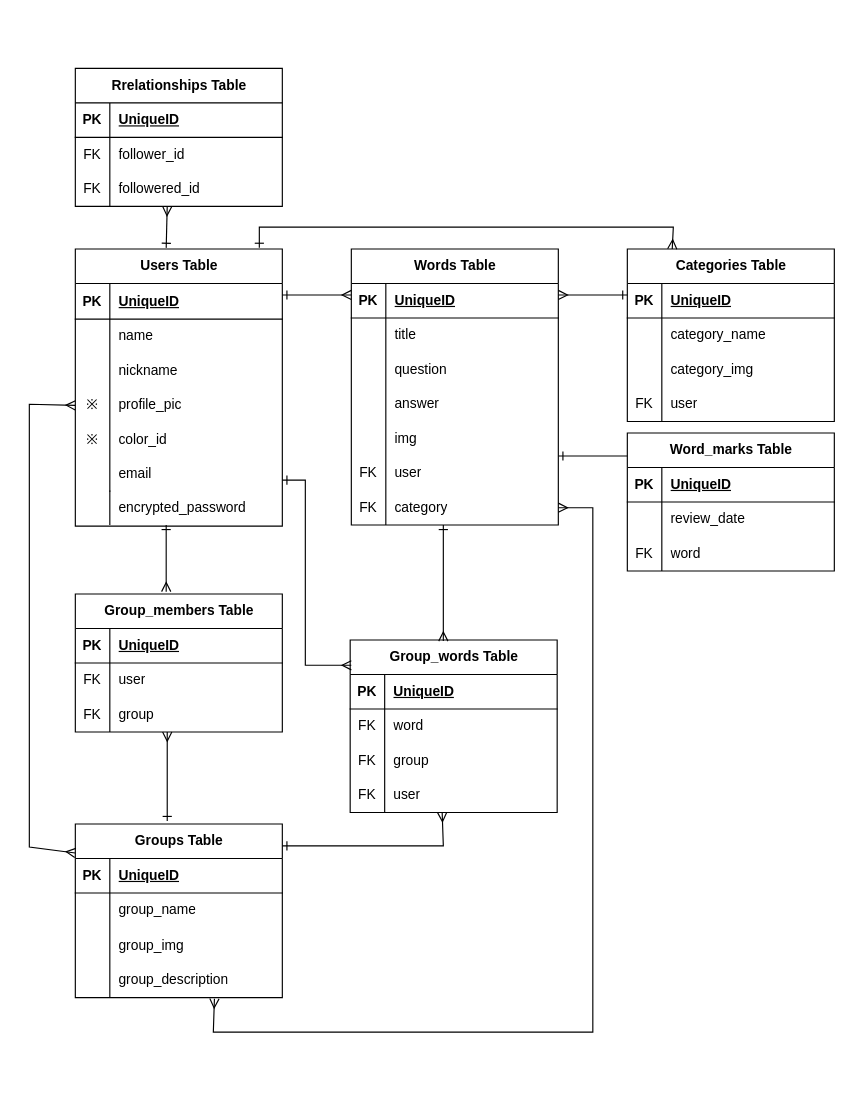
Before: DB.dio in Yuri1031/word-app, a draw.io diagram. Source tidied: cells renumbered, new cells numbered last; positions are measured from the earlier drawing's top-left corner, leaving out a move shared by most shapes. Both pictures are drawn from the tidied source at 115%, with x=0, y=0 at pixel (29, 20).
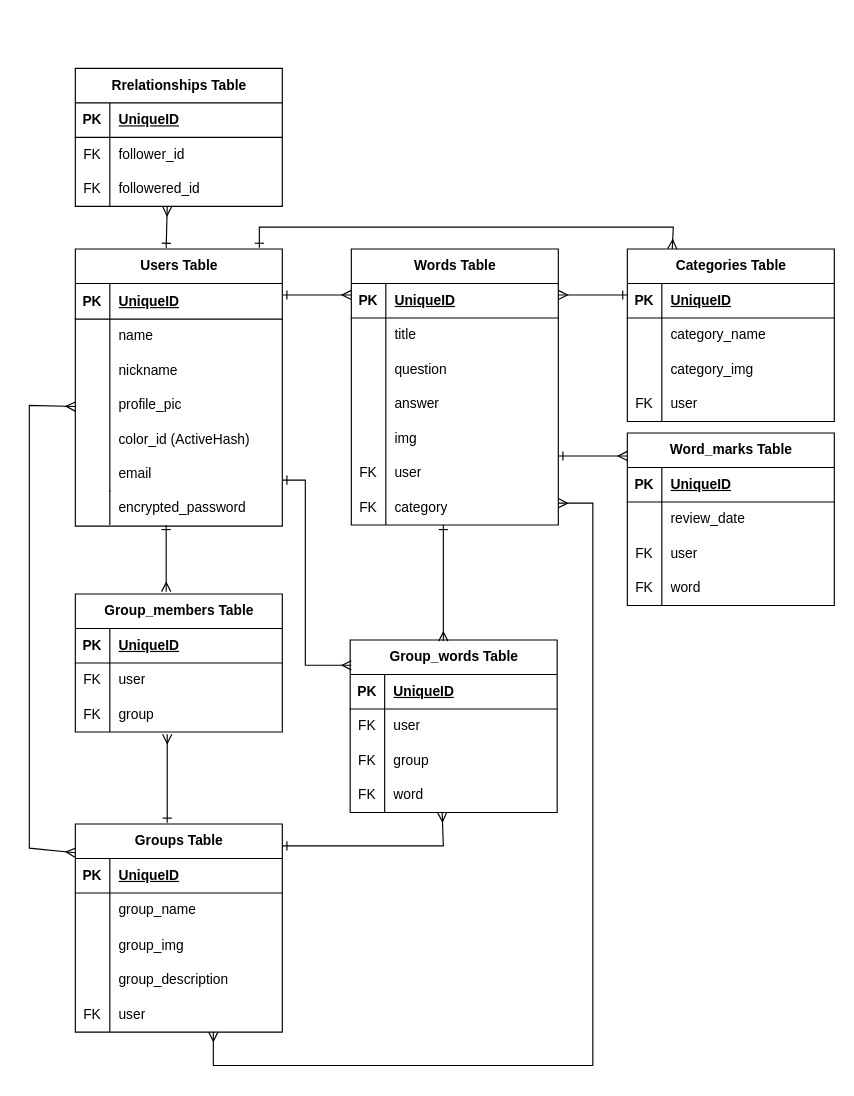
After the change.

Unchanged cells that the change refers to:
```xml
<mxCell id="12" style="shape=tableRow;horizontal=0;startSize=0;swimlaneHead=0;swimlaneBody=0;fillColor=none;points=[[0,0.5],[1,0.5]];portConstraint=eastwest;top=0;left=0;right=0;bottom=0;" parent="2" vertex="1">
  <mxGeometry y="121" width="180" height="30" as="geometry" />
</mxCell>
<mxCell id="15" style="shape=tableRow;horizontal=0;startSize=0;swimlaneHead=0;swimlaneBody=0;fillColor=none;top=0;left=0;right=0;bottom=0;" parent="2" vertex="1">
  <mxGeometry y="151" width="180" height="30" as="geometry" />
</mxCell>
<mxCell id="63" style="shape=tableRow;horizontal=0;startSize=0;swimlaneHead=0;swimlaneBody=0;fillColor=none;top=0;left=0;right=0;bottom=0;" parent="56" vertex="1">
  <mxGeometry y="90" width="180" height="30" as="geometry" />
</mxCell>
<mxCell id="73" style="shape=tableRow;horizontal=0;startSize=0;swimlaneHead=0;swimlaneBody=0;fillColor=none;points=[[0,0.5],[1,0.5]];portConstraint=eastwest;top=0;left=0;right=0;bottom=0;" parent="66" vertex="1">
  <mxGeometry y="90" width="180" height="30" as="geometry" />
</mxCell>
<mxCell id="86" style="shape=tableRow;horizontal=0;startSize=0;swimlaneHead=0;swimlaneBody=0;fillColor=none;points=[[0,0.5],[1,0.5]];portConstraint=eastwest;top=0;left=0;right=0;bottom=0;" parent="76" vertex="1">
  <mxGeometry y="121" width="180" height="30" as="geometry" />
</mxCell>
<mxCell id="93" style="shape=tableRow;horizontal=0;startSize=0;swimlaneHead=0;swimlaneBody=0;fillColor=none;top=0;left=0;right=0;bottom=0;" parent="89" vertex="1">
  <mxGeometry y="60" width="180" height="30" as="geometry" />
</mxCell>
<mxCell id="99" style="shape=tableRow;horizontal=0;startSize=0;swimlaneHead=0;swimlaneBody=0;fillColor=none;top=0;left=0;right=0;bottom=0;" parent="89" vertex="1">
  <mxGeometry y="120" width="180" height="30" as="geometry" />
</mxCell>
```

The edit, as a diff of the source:
```diff
@@
-    <mxCell id="13" value="※" style="shape=partialRectangle;fillColor=none;top=0;left=0;bottom=0;right=0;overflow=hidden;whiteSpace=wrap;html=1;" parent="12" vertex="1">
+    <mxCell id="13" style="shape=partialRectangle;fillColor=none;top=0;left=0;bottom=0;right=0;overflow=hidden;whiteSpace=wrap;html=1;" parent="12" vertex="1">
       <mxGeometry width="30" height="30" as="geometry" />
     </mxCell>
@@
-    <mxCell id="16" value="※" style="shape=partialRectangle;fillColor=none;top=0;left=0;bottom=0;right=0;overflow=hidden;whiteSpace=wrap;html=1;" parent="15" vertex="1">
+    <mxCell id="16" style="shape=partialRectangle;fillColor=none;top=0;left=0;bottom=0;right=0;overflow=hidden;whiteSpace=wrap;html=1;" parent="15" vertex="1">
       <mxGeometry width="30" height="30" as="geometry" />
     </mxCell>
-    <mxCell id="17" value="color_id" style="shape=partialRectangle;fillColor=none;top=0;left=0;bottom=0;right=0;align=left;spacingLeft=6;overflow=hidden;whiteSpace=wrap;html=1;" parent="15" vertex="1">
+    <mxCell id="17" value="color_id (ActiveHash)" style="shape=partialRectangle;fillColor=none;top=0;left=0;bottom=0;right=0;align=left;spacingLeft=6;overflow=hidden;whiteSpace=wrap;html=1;" parent="15" vertex="1">
       <mxGeometry x="30" width="150" height="30" as="geometry" />
     </mxCell>
@@
     <mxCell id="56" value="Word_marks Table" style="shape=table;startSize=30;childLayout=tableLayout;rowLines=0;fontStyle=1;align=center;html=1;" parent="1" vertex="1">
-      <mxGeometry x="520" y="359" width="180" height="120" as="geometry" />
+      <mxGeometry x="520" y="359" width="180" height="150" as="geometry" />
     </mxCell>
@@
-    <mxCell id="65" value="word" style="shape=partialRectangle;fillColor=none;top=0;left=0;bottom=0;right=0;align=left;spacingLeft=6;overflow=hidden;whiteSpace=wrap;html=1;" parent="63" vertex="1">
+    <mxCell id="65" value="user" style="shape=partialRectangle;fillColor=none;top=0;left=0;bottom=0;right=0;align=left;spacingLeft=6;overflow=hidden;whiteSpace=wrap;html=1;" parent="63" vertex="1">
       <mxGeometry x="30" width="150" height="30" as="geometry" />
     </mxCell>
+    <mxCell id="128" style="shape=tableRow;horizontal=0;startSize=0;swimlaneHead=0;swimlaneBody=0;fillColor=none;top=0;left=0;right=0;bottom=0;" parent="56" vertex="1">
+      <mxGeometry y="120" width="180" height="30" as="geometry" />
+    </mxCell>
+    <mxCell id="129" value="FK" style="shape=partialRectangle;fillColor=none;top=0;left=0;bottom=0;right=0;overflow=hidden;whiteSpace=wrap;html=1;" parent="128" vertex="1">
+      <mxGeometry width="30" height="30" as="geometry" />
+    </mxCell>
+    <mxCell id="130" value="word" style="shape=partialRectangle;fillColor=none;top=0;left=0;bottom=0;right=0;align=left;spacingLeft=6;overflow=hidden;whiteSpace=wrap;html=1;" parent="128" vertex="1">
+      <mxGeometry x="30" width="150" height="30" as="geometry" />
+    </mxCell>
@@
     <mxCell id="76" value="Groups Table" style="shape=table;startSize=30;childLayout=tableLayout;rowLines=0;fontStyle=1;align=center;html=1;" parent="1" vertex="1">
-      <mxGeometry x="40" y="699" width="180" height="151" as="geometry" />
+      <mxGeometry x="40" y="699" width="180" height="181" as="geometry" />
     </mxCell>
@@
+    <mxCell id="131" style="shape=tableRow;horizontal=0;startSize=0;swimlaneHead=0;swimlaneBody=0;fillColor=none;top=0;left=0;right=0;bottom=0;" parent="76" vertex="1">
+      <mxGeometry y="151" width="180" height="30" as="geometry" />
+    </mxCell>
+    <mxCell id="132" value="FK" style="shape=partialRectangle;fillColor=none;top=0;left=0;bottom=0;right=0;overflow=hidden;whiteSpace=wrap;html=1;" parent="131" vertex="1">
+      <mxGeometry width="30" height="30" as="geometry" />
+    </mxCell>
+    <mxCell id="133" value="user" style="shape=partialRectangle;fillColor=none;top=0;left=0;bottom=0;right=0;align=left;spacingLeft=6;overflow=hidden;whiteSpace=wrap;html=1;" parent="131" vertex="1">
+      <mxGeometry x="30" width="150" height="30" as="geometry" />
+    </mxCell>
@@
-    <mxCell id="95" value="word" style="shape=partialRectangle;fillColor=none;top=0;left=0;bottom=0;right=0;align=left;spacingLeft=6;overflow=hidden;whiteSpace=wrap;html=1;" parent="93" vertex="1">
+    <mxCell id="95" value="user" style="shape=partialRectangle;fillColor=none;top=0;left=0;bottom=0;right=0;align=left;spacingLeft=6;overflow=hidden;whiteSpace=wrap;html=1;" parent="93" vertex="1">
       <mxGeometry x="30" width="150" height="30" as="geometry" />
     </mxCell>
@@
-    <mxCell id="101" value="user" style="shape=partialRectangle;fillColor=none;top=0;left=0;bottom=0;right=0;align=left;spacingLeft=6;overflow=hidden;whiteSpace=wrap;html=1;" parent="99" vertex="1">
+    <mxCell id="101" value="word" style="shape=partialRectangle;fillColor=none;top=0;left=0;bottom=0;right=0;align=left;spacingLeft=6;overflow=hidden;whiteSpace=wrap;html=1;" parent="99" vertex="1">
       <mxGeometry x="30" width="150" height="30" as="geometry" />
     </mxCell>
@@
-    <mxCell id="104" style="endArrow=none;html=1;rounded=0;endFill=0;startArrow=ERone;startFill=0;" parent="1" edge="1">
+    <mxCell id="104" style="endArrow=ERmany;html=1;rounded=0;endFill=0;startArrow=ERone;startFill=0;" parent="1" edge="1">
       <mxGeometry relative="1" as="geometry">
         <mxPoint x="460" y="379" as="sourcePoint" />
         <mxPoint x="520" y="379" as="targetPoint" />
       </mxGeometry>
     </mxCell>
@@
-    <mxCell id="106" style="endArrow=ERmany;html=1;rounded=0;endFill=0;startArrow=ERone;startFill=0;entryX=0.444;entryY=1;entryDx=0;entryDy=0;entryPerimeter=0;exitX=0.444;exitY=-0.017;exitDx=0;exitDy=0;exitPerimeter=0;" parent="1" edge="1" source="76" target="73">
-      <mxGeometry relative="1" as="geometry" />
+    <mxCell id="106" style="endArrow=ERmany;html=1;rounded=0;endFill=0;startArrow=ERone;startFill=0;entryX=0.444;entryY=1;entryDx=0;entryDy=0;entryPerimeter=0;exitX=0.444;exitY=-0.017;exitDx=0;exitDy=0;exitPerimeter=0;" parent="1" edge="1">
+      <mxGeometry relative="1" as="geometry">
+        <mxPoint x="119.9" y="697.9" as="sourcePoint" />
+        <mxPoint x="119.9" y="621" as="targetPoint" />
+      </mxGeometry>
     </mxCell>
-    <mxCell id="107" style="endArrow=ERmany;html=1;rounded=0;endFill=0;startArrow=ERmany;startFill=0;entryX=0;entryY=0.5;entryDx=0;entryDy=0;exitX=0;exitY=0.167;exitDx=0;exitDy=0;exitPerimeter=0;" parent="1" edge="1" source="76" target="12">
+    <mxCell id="107" style="endArrow=ERmany;html=1;rounded=0;endFill=0;startArrow=ERmany;startFill=0;entryX=0;entryY=0.5;entryDx=0;entryDy=0;exitX=0;exitY=0.138;exitDx=0;exitDy=0;exitPerimeter=0;" parent="1" edge="1" source="76">
       <mxGeometry relative="1" as="geometry">
+        <mxPoint x="40" y="336" as="targetPoint" />
         <Array as="points">
-          <mxPoint y="719" />
-          <mxPoint y="334" />
+          <mxPoint y="720" />
+          <mxPoint y="335" />
         </Array>
       </mxGeometry>
     </mxCell>
@@
-    <mxCell id="111" style="endArrow=ERmany;html=1;rounded=0;endFill=0;startArrow=ERmany;startFill=0;entryX=1;entryY=0.5;entryDx=0;entryDy=0;exitX=0.672;exitY=1.032;exitDx=0;exitDy=0;exitPerimeter=0;" parent="1" edge="1" source="86">
+    <mxCell id="111" style="endArrow=ERmany;html=1;rounded=0;endFill=0;startArrow=ERmany;startFill=0;" parent="1" edge="1">
       <mxGeometry relative="1" as="geometry">
-        <mxPoint x="460" y="424" as="targetPoint" />
+        <mxPoint x="160" y="880" as="sourcePoint" />
+        <mxPoint x="460" y="420" as="targetPoint" />
         <Array as="points">
-          <mxPoint x="160" y="880" />
-          <mxPoint x="490" y="880" />
-          <mxPoint x="490" y="424" />
+          <mxPoint x="160" y="909" />
+          <mxPoint x="490" y="909" />
+          <mxPoint x="490" y="420" />
         </Array>
       </mxGeometry>
     </mxCell>
```
